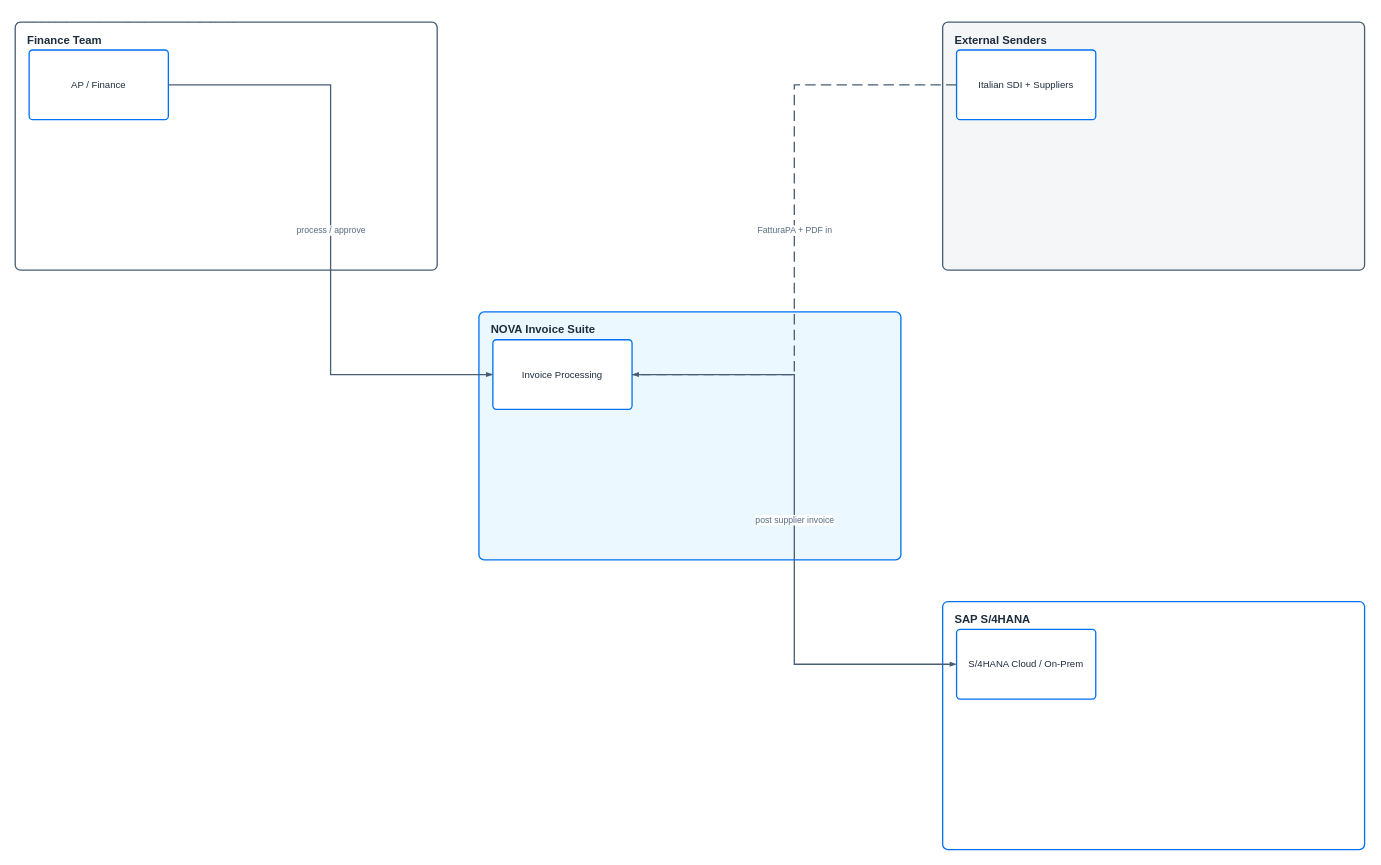
Raistlin82/sap-diagrams-pro keeps this draw.io diagram as demo/nova/nova-L0.drawio. Above is the earlier version. Source tidied: cells renumbered, new cells numbered last; positions are measured from the earlier drawing's top-left corner, leaving out a move shared by most shapes. Both pictures are drawn from the tidied source at 87%, with x=0, y=0 at pixel (15, 15).
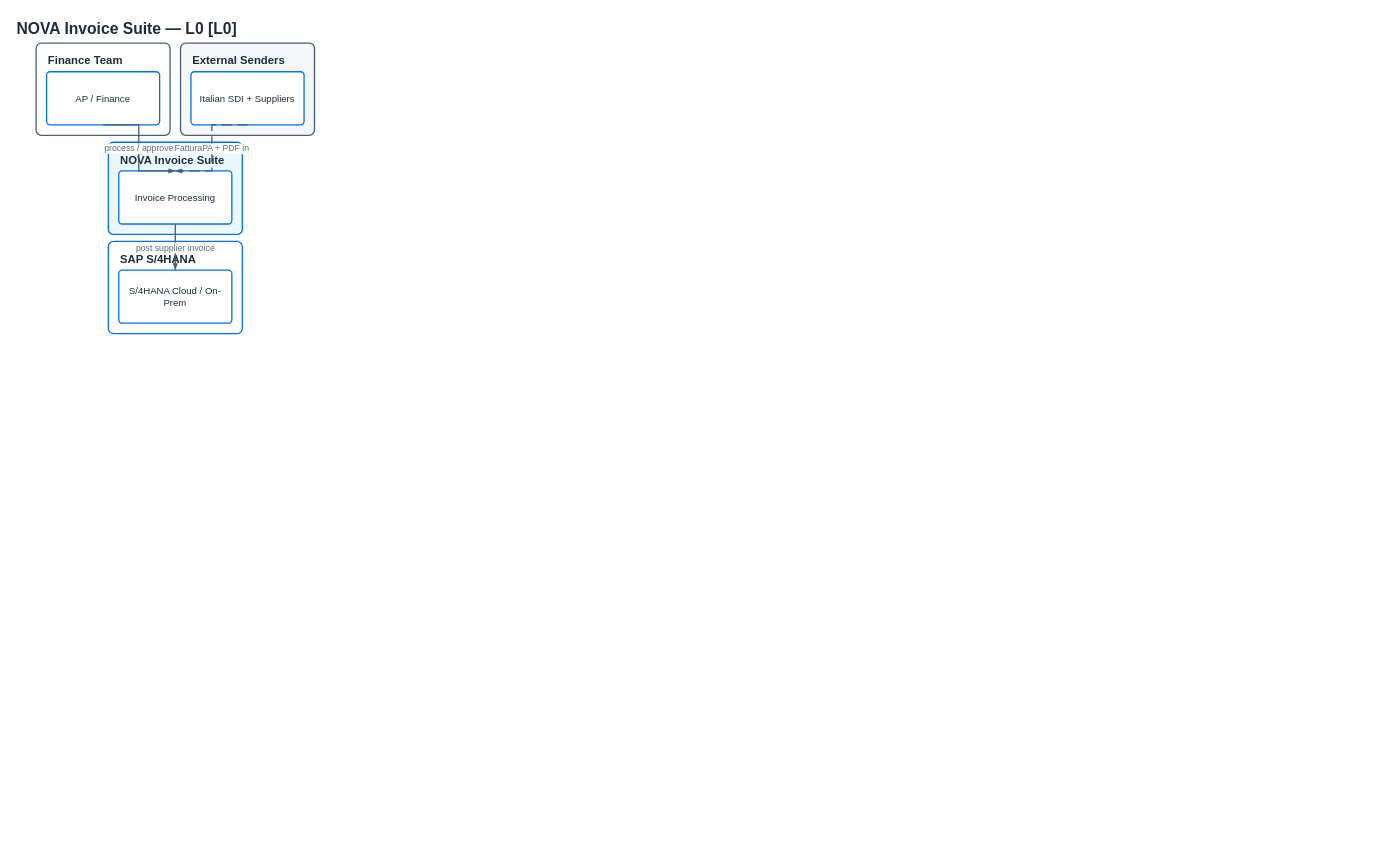
Above is the later version.

What changed in the source:
```diff
@@
 <mxGraphModel>
   <root>
     <mxCell id="0" />
     <mxCell id="1" parent="0" />
     <mxCell id="2" value="NOVA Invoice Suite — L0 [L0]" style="text;html=1;align=left;verticalAlign=middle;fontColor=#1D2D3E;fontSize=18;fontStyle=1;" parent="1" vertex="1">
       <mxGeometry width="800" height="32" as="geometry" />
     </mxCell>
     <mxCell id="3" value="Finance Team" style="rounded=1;whiteSpace=wrap;html=1;strokeColor=#475E75;fillColor=#FFFFFF;arcSize=12;absoluteArcSize=1;strokeWidth=1.5;verticalAlign=top;align=left;fontColor=#1D2D3E;fontStyle=1;fontSize=13;spacingLeft=12;spacingTop=6;" parent="1" vertex="1">
-      <mxGeometry y="8" width="485" height="285" as="geometry" />
+      <mxGeometry x="24" y="32" width="154" height="106" as="geometry" />
     </mxCell>
     <mxCell id="4" value="External Senders" style="rounded=1;whiteSpace=wrap;html=1;strokeColor=#475E75;fillColor=#F5F6F7;arcSize=12;absoluteArcSize=1;strokeWidth=1.5;verticalAlign=top;align=left;fontColor=#1D2D3E;fontStyle=1;fontSize=13;spacingLeft=12;spacingTop=6;" parent="1" vertex="1">
-      <mxGeometry x="1066" y="8" width="485" height="285" as="geometry" />
+      <mxGeometry x="190" y="32" width="154" height="106" as="geometry" />
     </mxCell>
     <mxCell id="5" value="NOVA Invoice Suite" style="rounded=1;whiteSpace=wrap;html=1;strokeColor=#0070F2;fillColor=#EBF8FF;arcSize=12;absoluteArcSize=1;strokeWidth=1.5;verticalAlign=top;align=left;fontColor=#1D2D3E;fontStyle=1;fontSize=13;spacingLeft=12;spacingTop=6;" parent="1" vertex="1">
-      <mxGeometry x="533" y="341" width="485" height="285" as="geometry" />
+      <mxGeometry x="107" y="146" width="154" height="106" as="geometry" />
     </mxCell>
     <mxCell id="6" value="SAP S/4HANA" style="rounded=1;whiteSpace=wrap;html=1;strokeColor=#0070F2;fillColor=#FFFFFF;arcSize=12;absoluteArcSize=1;strokeWidth=1.5;verticalAlign=top;align=left;fontColor=#1D2D3E;fontStyle=1;fontSize=13;spacingLeft=12;spacingTop=6;" parent="1" vertex="1">
-      <mxGeometry x="1066" y="674" width="485" height="285" as="geometry" />
+      <mxGeometry x="107" y="260" width="154" height="106" as="geometry" />
     </mxCell>
     <mxCell id="7" value="AP / Finance" style="rounded=1;whiteSpace=wrap;html=1;strokeColor=#0070F2;fillColor=#FFFFFF;arcSize=8;absoluteArcSize=1;strokeWidth=1.5;fontColor=#1D2D3E;fontSize=11;align=center;verticalAlign=middle;" parent="3" vertex="1">
-      <mxGeometry x="16" y="32" width="160" height="80" as="geometry" />
+      <mxGeometry x="12" y="33" width="130" height="61" as="geometry" />
     </mxCell>
     <mxCell id="8" value="Italian SDI + Suppliers" style="rounded=1;whiteSpace=wrap;html=1;strokeColor=#0070F2;fillColor=#FFFFFF;arcSize=8;absoluteArcSize=1;strokeWidth=1.5;fontColor=#1D2D3E;fontSize=11;align=center;verticalAlign=middle;" parent="4" vertex="1">
-      <mxGeometry x="16" y="32" width="160" height="80" as="geometry" />
+      <mxGeometry x="12" y="33" width="130" height="61" as="geometry" />
     </mxCell>
     <mxCell id="9" value="Invoice Processing" style="rounded=1;whiteSpace=wrap;html=1;strokeColor=#0070F2;fillColor=#FFFFFF;arcSize=8;absoluteArcSize=1;strokeWidth=1.5;fontColor=#1D2D3E;fontSize=11;align=center;verticalAlign=middle;" parent="5" vertex="1">
-      <mxGeometry x="16" y="32" width="160" height="80" as="geometry" />
+      <mxGeometry x="12" y="33" width="130" height="61" as="geometry" />
     </mxCell>
     <mxCell id="10" value="S/4HANA Cloud / On-Prem" style="rounded=1;whiteSpace=wrap;html=1;strokeColor=#0070F2;fillColor=#FFFFFF;arcSize=8;absoluteArcSize=1;strokeWidth=1.5;fontColor=#1D2D3E;fontSize=11;align=center;verticalAlign=middle;" parent="6" vertex="1">
-      <mxGeometry x="16" y="32" width="160" height="80" as="geometry" />
+      <mxGeometry x="12" y="33" width="130" height="61" as="geometry" />
     </mxCell>
-    <mxCell id="11" value="FatturaPA + PDF in" style="edgeStyle=orthogonalEdgeStyle;rounded=0;jettySize=auto;html=1;endArrow=blockThin;endFill=1;endSize=4;startSize=4;strokeColor=#475E75;strokeWidth=1.5;dashed=1;dashPattern=8 4;fontSize=10;fontColor=#556B82;labelBackgroundColor=#FFFFFF;exitX=0.0;exitY=0.5;exitDx=0;exitDy=0;entryX=1.0;entryY=0.5;entryDx=0;entryDy=0;" parent="1" edge="1" source="8" target="9">
-      <mxGeometry relative="1" as="geometry" />
+    <mxCell id="11" value="FatturaPA + PDF in" style="edgeStyle=orthogonalEdgeStyle;rounded=0;jettySize=auto;html=1;endArrow=blockThin;endFill=1;endSize=4;startSize=4;strokeColor=#475E75;strokeWidth=1.5;dashed=1;dashPattern=8 4;fontSize=10;fontColor=#556B82;labelBackgroundColor=#FFFFFF;exitX=0.5;exitY=1.0;exitDx=0;exitDy=0;entryX=0.5;entryY=0.0;entryDx=0;entryDy=0;" parent="1" edge="1" source="8" target="9">
+      <mxGeometry relative="1" as="geometry">
+        <Array as="points">
+          <mxPoint x="226" y="126" />
+          <mxPoint x="226" y="126" />
+          <mxPoint x="226" y="167" />
+        </Array>
+      </mxGeometry>
     </mxCell>
-    <mxCell id="12" value="process / approve" style="edgeStyle=orthogonalEdgeStyle;rounded=0;jettySize=auto;html=1;endArrow=blockThin;endFill=1;endSize=4;startSize=4;strokeColor=#475E75;strokeWidth=1.5;dashed=0;fontSize=10;fontColor=#556B82;labelBackgroundColor=#FFFFFF;exitX=1.0;exitY=0.5;exitDx=0;exitDy=0;entryX=0.0;entryY=0.5;entryDx=0;entryDy=0;" parent="1" edge="1" source="7" target="9">
-      <mxGeometry relative="1" as="geometry" />
+    <mxCell id="12" value="process / approve" style="edgeStyle=orthogonalEdgeStyle;rounded=0;jettySize=auto;html=1;endArrow=blockThin;endFill=1;endSize=4;startSize=4;strokeColor=#475E75;strokeWidth=1.5;dashed=0;fontSize=10;fontColor=#556B82;labelBackgroundColor=#FFFFFF;exitX=0.5;exitY=1.0;exitDx=0;exitDy=0;entryX=0.5;entryY=0.0;entryDx=0;entryDy=0;" parent="1" edge="1" source="7" target="9">
+      <mxGeometry relative="1" as="geometry">
+        <Array as="points">
+          <mxPoint x="142" y="126" />
+          <mxPoint x="142" y="126" />
+          <mxPoint x="142" y="167" />
+        </Array>
+      </mxGeometry>
     </mxCell>
-    <mxCell id="13" value="post supplier invoice" style="edgeStyle=orthogonalEdgeStyle;rounded=0;jettySize=auto;html=1;endArrow=blockThin;endFill=1;endSize=4;startSize=4;strokeColor=#475E75;strokeWidth=1.5;dashed=0;fontSize=10;fontColor=#556B82;labelBackgroundColor=#FFFFFF;exitX=1.0;exitY=0.5;exitDx=0;exitDy=0;entryX=0.0;entryY=0.5;entryDx=0;entryDy=0;" parent="1" edge="1" source="9" target="10">
-      <mxGeometry relative="1" as="geometry" />
+    <mxCell id="13" value="post supplier invoice" style="edgeStyle=orthogonalEdgeStyle;rounded=0;jettySize=auto;html=1;endArrow=blockThin;endFill=1;endSize=4;startSize=4;strokeColor=#475E75;strokeWidth=1.5;dashed=0;fontSize=10;fontColor=#556B82;labelBackgroundColor=#FFFFFF;exitX=0.5;exitY=1.0;exitDx=0;exitDy=0;entryX=0.5;entryY=0.0;entryDx=0;entryDy=0;" parent="1" edge="1" source="9" target="10">
+      <mxGeometry relative="1" as="geometry">
+        <Array as="points">
+          <mxPoint x="184" y="240" />
+          <mxPoint x="184" y="240" />
+          <mxPoint x="184" y="281" />
+        </Array>
+      </mxGeometry>
     </mxCell>
   </root>
 </mxGraphModel>
```
